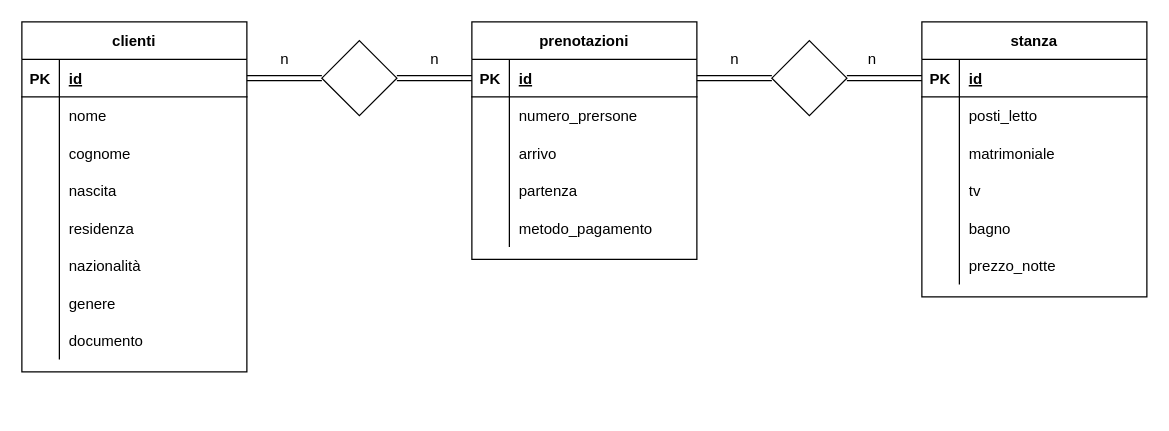
Above: hotel.drawio in Redh86/db-hotel (draw.io), before the change. Source tidied: cells renumbered, new cells numbered last; positions are measured from the earlier drawing's top-left corner, leaving out a move shared by most shapes. Both pictures are drawn from the tidied source at 125%, with x=0, y=0 at pixel (21, 21).
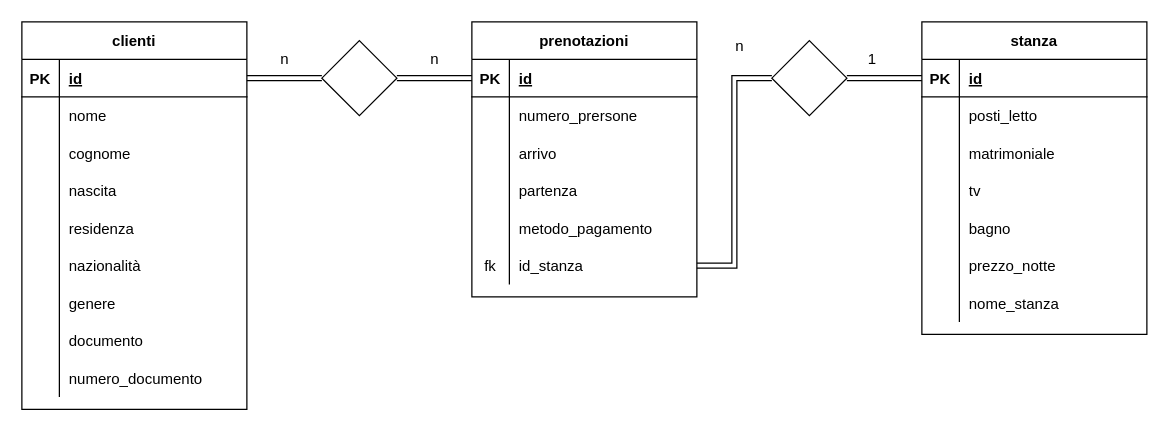
The same page after the edit.

Unchanged cells that the change refers to:
```xml
<mxCell id="28" style="shape=partialRectangle;fillColor=none;top=0;left=0;bottom=1;right=0;points=[[0,0.5],[1,0.5]];portConstraint=eastwest;" parent="27" vertex="1">
  <mxGeometry y="30" width="180" height="30" as="geometry" />
</mxCell>
<mxCell id="66" style="rhombus;whiteSpace=wrap;html=1;" parent="1" vertex="1">
  <mxGeometry x="600" y="15" width="60" height="60" as="geometry" />
</mxCell>
```

What changed in the source:
```diff
@@
     <mxCell id="2" value="clienti" style="shape=table;startSize=30;childLayout=tableLayout;rowLines=0;fontStyle=1;align=center;" parent="1" vertex="1">
-      <mxGeometry width="180" height="280" as="geometry" />
+      <mxGeometry width="180" height="310" as="geometry" />
     </mxCell>
@@
+    <mxCell id="72" style="shape=partialRectangle;fillColor=none;top=0;left=0;bottom=0;right=0;" parent="2" vertex="1">
+      <mxGeometry y="270" width="180" height="30" as="geometry" />
+    </mxCell>
+    <mxCell id="73" style="shape=partialRectangle;fillColor=none;top=0;left=0;bottom=0;right=0;overflow=hidden;" parent="72" vertex="1">
+      <mxGeometry width="30" height="30" as="geometry" />
+    </mxCell>
+    <mxCell id="74" value="numero_documento" style="shape=partialRectangle;fillColor=none;top=0;left=0;bottom=0;right=0;align=left;spacingLeft=6;overflow=hidden;" parent="72" vertex="1">
+      <mxGeometry x="30" width="150" height="30" as="geometry" />
+    </mxCell>
     <mxCell id="27" value="prenotazioni" style="shape=table;startSize=30;childLayout=tableLayout;rowLines=0;fontStyle=1;align=center;" parent="1" vertex="1">
-      <mxGeometry x="360" width="180" height="190" as="geometry" />
+      <mxGeometry x="360" width="180" height="220" as="geometry" />
     </mxCell>
@@
+    <mxCell id="75" style="shape=partialRectangle;fillColor=none;top=0;left=0;bottom=0;right=0;points=[[0,0.5],[1,0.5]];portConstraint=eastwest;" parent="27" vertex="1">
+      <mxGeometry y="180" width="180" height="30" as="geometry" />
+    </mxCell>
+    <mxCell id="76" value="fk" style="shape=partialRectangle;fillColor=none;top=0;left=0;bottom=0;right=0;overflow=hidden;" parent="75" vertex="1">
+      <mxGeometry width="30" height="30" as="geometry" />
+    </mxCell>
+    <mxCell id="77" value="id_stanza" style="shape=partialRectangle;fillColor=none;top=0;left=0;bottom=0;right=0;align=left;spacingLeft=6;overflow=hidden;" parent="75" vertex="1">
+      <mxGeometry x="30" width="150" height="30" as="geometry" />
+    </mxCell>
     <mxCell id="43" value="stanza" style="shape=table;startSize=30;childLayout=tableLayout;rowLines=0;fontStyle=1;align=center;" parent="1" vertex="1">
-      <mxGeometry x="720" width="180" height="220" as="geometry" />
+      <mxGeometry x="720" width="180" height="250" as="geometry" />
     </mxCell>
@@
+    <mxCell id="78" style="shape=partialRectangle;fillColor=none;top=0;left=0;bottom=0;right=0;" parent="43" vertex="1">
+      <mxGeometry y="210" width="180" height="30" as="geometry" />
+    </mxCell>
+    <mxCell id="79" style="shape=partialRectangle;fillColor=none;top=0;left=0;bottom=0;right=0;overflow=hidden;" parent="78" vertex="1">
+      <mxGeometry width="30" height="30" as="geometry" />
+    </mxCell>
+    <mxCell id="80" value="nome_stanza" style="shape=partialRectangle;fillColor=none;top=0;left=0;bottom=0;right=0;align=left;spacingLeft=6;overflow=hidden;" parent="78" vertex="1">
+      <mxGeometry x="30" width="150" height="30" as="geometry" />
+    </mxCell>
@@
+    <mxCell id="81" style="edgeStyle=orthogonalEdgeStyle;shape=link;rounded=0;jettySize=auto;html=1;exitX=0;exitY=0.5;exitDx=0;exitDy=0;entryX=1;entryY=0.5;entryDx=0;entryDy=0;" parent="1" edge="1" source="66" target="75">
+      <mxGeometry relative="1" as="geometry" />
+    </mxCell>
@@
-    <mxCell id="67" style="edgeStyle=orthogonalEdgeStyle;shape=link;rounded=0;jettySize=auto;html=1;exitX=1;exitY=0.5;exitDx=0;exitDy=0;entryX=0;entryY=0.5;entryDx=0;entryDy=0;endArrow=none;" parent="1" edge="1" source="28" target="66">
-      <mxGeometry relative="1" as="geometry" />
-    </mxCell>
@@
     <mxCell id="70" value="n" style="text;html=1;align=center;verticalAlign=middle;strokeColor=none;" parent="1" vertex="1">
-      <mxGeometry x="560" y="20" width="20" height="20" as="geometry" />
+      <mxGeometry x="563.5" y="10" width="20" height="20" as="geometry" />
     </mxCell>
-    <mxCell id="71" value="n" style="text;html=1;align=center;verticalAlign=middle;strokeColor=none;" parent="1" vertex="1">
+    <mxCell id="71" value="1" style="text;html=1;align=center;verticalAlign=middle;strokeColor=none;" parent="1" vertex="1">
       <mxGeometry x="670" y="20" width="20" height="20" as="geometry" />
     </mxCell>
```
